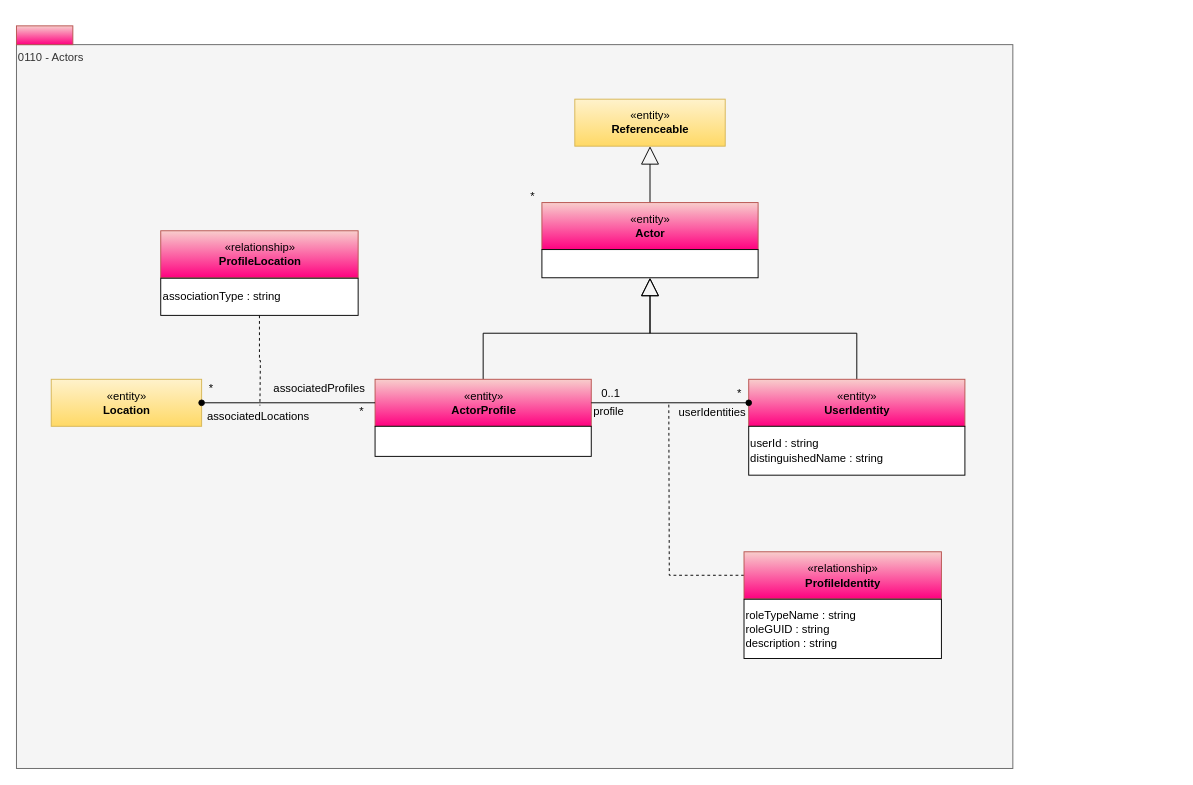
This is page "0110-Actors" (2 of 16) of site/docs/types/1/area-1-collaboration.drawio from odpi/egeria-docs, a draw.io file, before an edit. Source tidied: cells renumbered, new cells numbered last; positions are measured from the earlier drawing's top-left corner, leaving out a move shared by most shapes. Both pictures are drawn from the tidied source at 94%, with x=0, y=0 at pixel (16, 25).
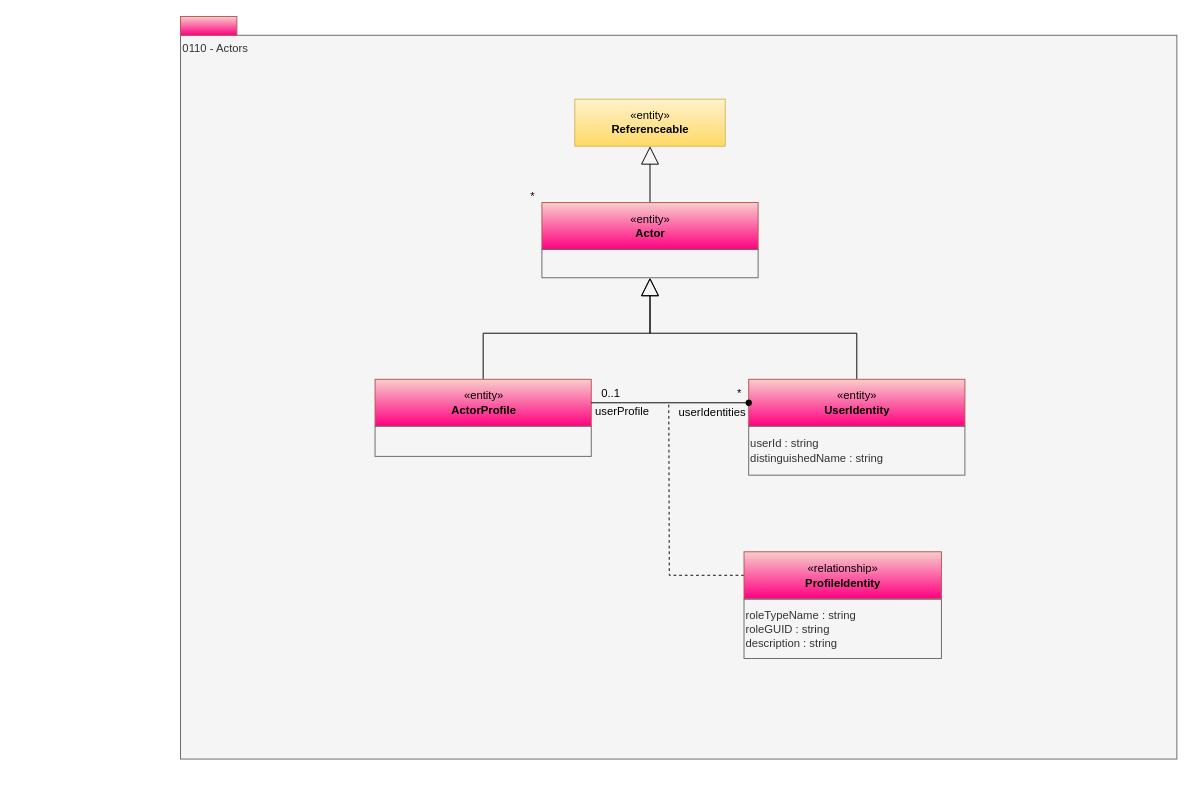
Above is the later version.

Unchanged cells that the change refers to:
```xml
<mxCell id="4" value="«entity»&lt;br&gt;&lt;b&gt;ActorProfile&lt;/b&gt;" style="html=1;strokeColor=#b85450;align=center;fillColor=#f8cecc;gradientColor=#FF0080;" parent="1" vertex="1">
  <mxGeometry x="381.5" y="376" width="230" height="50" as="geometry" />
</mxCell>
```

Diff of the diagram source:
```diff
@@
     <mxCell id="2" value="0110 - Actors" style="rounded=0;whiteSpace=wrap;html=1;align=left;verticalAlign=top;fillColor=#f5f5f5;fontColor=#333333;strokeColor=#666666;" parent="1" vertex="1">
-      <mxGeometry y="20" width="1060" height="770" as="geometry" />
+      <mxGeometry x="174.5" y="10" width="1060" height="770" as="geometry" />
     </mxCell>
@@
     <mxCell id="5" style="html=1;strokeColor=#b85450;align=center;fillColor=#f8cecc;gradientColor=#FF0080;" parent="1" vertex="1">
-      <mxGeometry width="60" height="20" as="geometry" />
+      <mxGeometry x="174.5" y="-10" width="60" height="20" as="geometry" />
     </mxCell>
-    <mxCell id="6" style="rounded=0;whiteSpace=wrap;html=1;align=left;" parent="1" vertex="1">
+    <mxCell id="6" style="rounded=0;whiteSpace=wrap;html=1;align=left;fillColor=#f5f5f5;fontColor=#333333;strokeColor=#666666;" parent="1" vertex="1">
       <mxGeometry x="381.5" y="426" width="230" height="32" as="geometry" />
     </mxCell>
@@
-    <mxCell id="10" value="userId : string&lt;br&gt;distinguishedName : string" style="rounded=0;whiteSpace=wrap;html=1;align=left;" parent="1" vertex="1">
+    <mxCell id="10" value="userId : string&lt;br&gt;distinguishedName : string" style="rounded=0;whiteSpace=wrap;html=1;align=left;fillColor=#f5f5f5;fontColor=#333333;strokeColor=#666666;" parent="1" vertex="1">
       <mxGeometry x="779" y="426" width="230" height="52" as="geometry" />
     </mxCell>
@@
-    <mxCell id="13" value="roleTypeName : string&lt;br&gt;roleGUID : string&lt;br&gt;description : string" style="rounded=0;whiteSpace=wrap;html=1;strokeColor=#000000;gradientColor=#ffffff;align=left;" parent="1" vertex="1">
+    <mxCell id="13" value="roleTypeName : string&lt;br&gt;roleGUID : string&lt;br&gt;description : string" style="rounded=0;whiteSpace=wrap;html=1;strokeColor=#666666;align=left;fillColor=#f5f5f5;fontColor=#333333;" parent="1" vertex="1">
       <mxGeometry x="774" y="610" width="210" height="63" as="geometry" />
     </mxCell>
@@
-    <mxCell id="17" value="profile" style="text;html=1;align=left;verticalAlign=top;spacingTop=-4;" parent="1" vertex="1">
-      <mxGeometry x="611.5" y="401" width="50" height="20" as="geometry" />
+    <mxCell id="17" value="userProfile" style="text;html=1;align=left;verticalAlign=top;spacingTop=-4;" parent="1" vertex="1">
+      <mxGeometry x="613.5" y="401" width="80" height="20" as="geometry" />
     </mxCell>
@@
-    <mxCell id="19" value="«entity»&lt;br&gt;&lt;b&gt;Location&lt;/b&gt;" style="html=1;strokeColor=#d6b656;align=center;fillColor=#fff2cc;gradientColor=#ffd966;" parent="1" vertex="1">
-      <mxGeometry x="37" y="376" width="160" height="50" as="geometry" />
-    </mxCell>
-    <mxCell id="20" value="«relationship»&lt;br&gt;&lt;b&gt;ProfileLocation&lt;/b&gt;" style="html=1;strokeColor=#b85450;align=center;fillColor=#f8cecc;gradientColor=#FF0080;" parent="1" vertex="1">
-      <mxGeometry x="153.5" y="218" width="210" height="50" as="geometry" />
-    </mxCell>
-    <mxCell id="21" style="edgeStyle=orthogonalEdgeStyle;rounded=0;jettySize=auto;html=1;exitX=0.5;exitY=1;exitDx=0;exitDy=0;endArrow=none;endFill=0;dashed=1;" parent="1" edge="1" source="22">
-      <mxGeometry relative="1" as="geometry">
-        <mxPoint x="259" y="404" as="targetPoint" />
-      </mxGeometry>
-    </mxCell>
-    <mxCell id="22" value="associationType : string" style="rounded=0;whiteSpace=wrap;html=1;strokeColor=#000000;gradientColor=#ffffff;align=left;" parent="1" vertex="1">
-      <mxGeometry x="153.5" y="268.5" width="210" height="39.5" as="geometry" />
-    </mxCell>
-    <mxCell id="23" value="associatedLocations" style="text;html=1;align=center;verticalAlign=middle;strokeColor=none;fillColor=none;" parent="1" vertex="1">
-      <mxGeometry x="197" y="406" width="120" height="20" as="geometry" />
-    </mxCell>
-    <mxCell id="24" value="associatedProfiles" style="text;html=1;align=center;verticalAlign=middle;strokeColor=none;fillColor=none;" parent="1" vertex="1">
-      <mxGeometry x="267" y="376" width="110" height="20" as="geometry" />
-    </mxCell>
-    <mxCell id="25" value="*" style="text;html=1;align=center;verticalAlign=middle;strokeColor=none;fillColor=none;" parent="1" vertex="1">
-      <mxGeometry x="197" y="376" width="20" height="20" as="geometry" />
-    </mxCell>
-    <mxCell id="26" value="*" style="text;html=1;align=center;verticalAlign=middle;strokeColor=none;fillColor=none;" parent="1" vertex="1">
-      <mxGeometry x="357" y="401" width="20" height="20" as="geometry" />
-    </mxCell>
-    <mxCell id="27" style="edgeStyle=orthogonalEdgeStyle;rounded=0;jettySize=auto;html=1;exitX=1;exitY=0.5;exitDx=0;exitDy=0;entryX=0;entryY=0.5;entryDx=0;entryDy=0;endArrow=none;endFill=0;startArrow=oval;startFill=1;" parent="1" edge="1" source="19" target="4">
-      <mxGeometry relative="1" as="geometry" />
-    </mxCell>
@@
-    <mxCell id="30" style="rounded=0;whiteSpace=wrap;html=1;align=left;" parent="1" vertex="1">
+    <mxCell id="30" style="rounded=0;whiteSpace=wrap;html=1;align=left;fillColor=#f5f5f5;fontColor=#333333;strokeColor=#666666;" parent="1" vertex="1">
       <mxGeometry x="559" y="238" width="230" height="30" as="geometry" />
     </mxCell>
```
